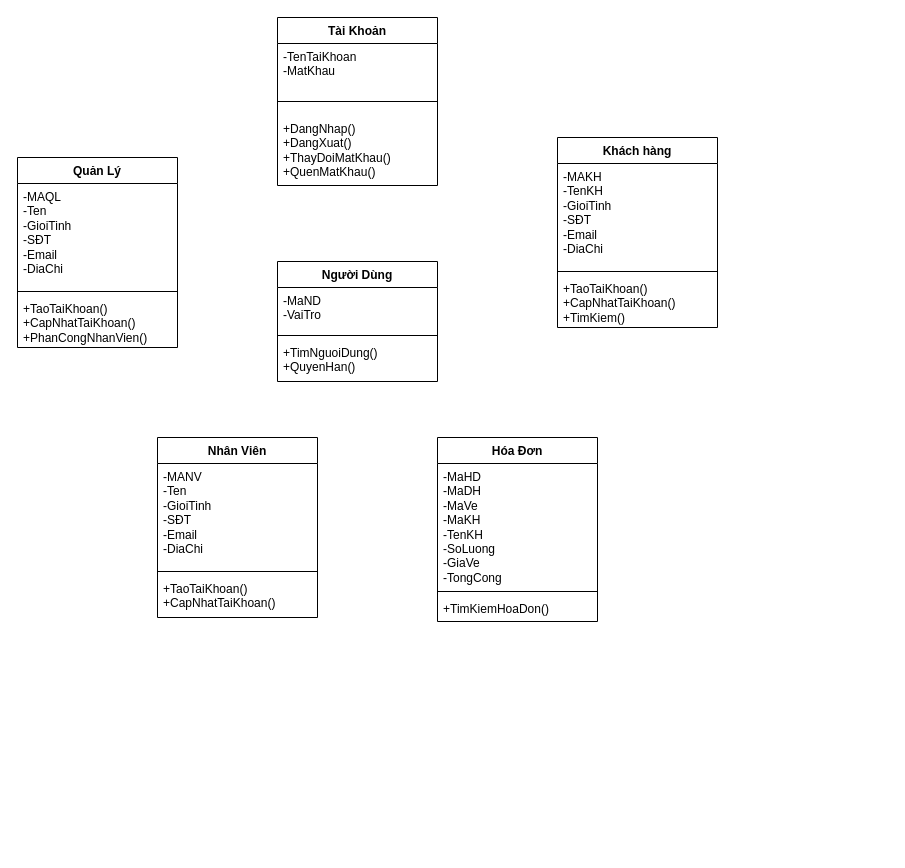
Above: Class Diagram Demo.drawio in MinhToanGitHub/MinhToanGitHub (draw.io), before the change. Source tidied: cells renumbered, new cells numbered last; positions are measured from the earlier drawing's top-left corner, leaving out a move shared by most shapes. Both pictures are drawn from the tidied source at 100%, with x=0, y=0 at pixel (17, 17).
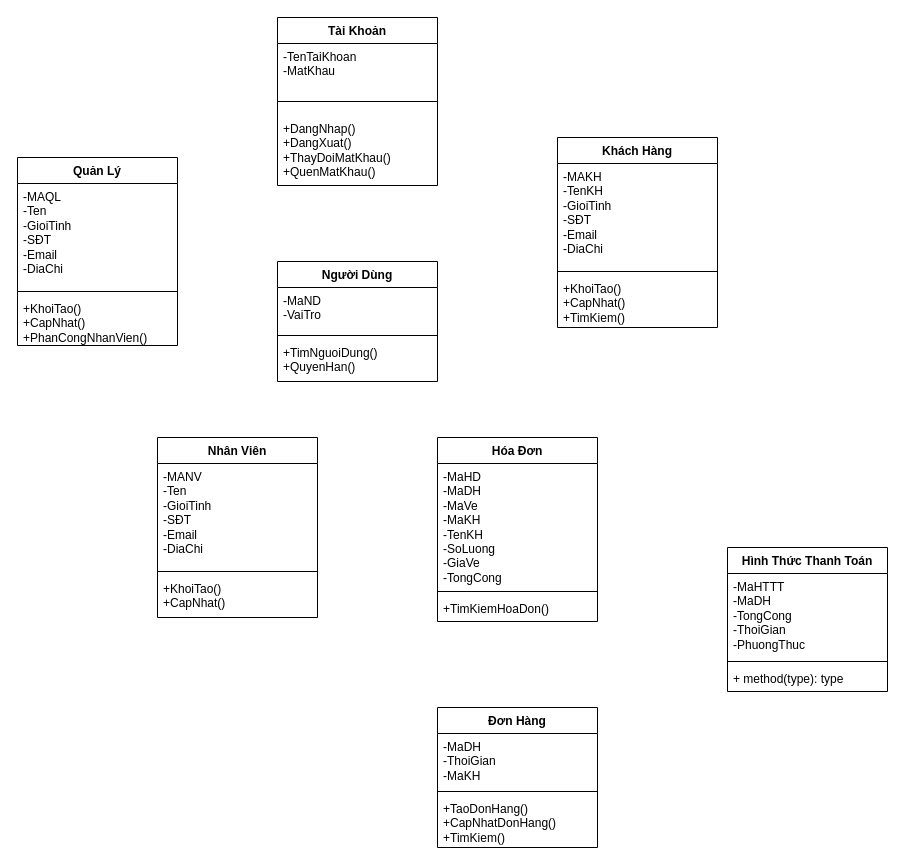
After the change.

Unchanged cells that the change refers to:
```xml
<mxCell id="18" value="Nhân Viên" style="swimlane;fontStyle=1;align=center;verticalAlign=top;horizontal=1;startSize=26;whiteSpace=wrap;html=1;" parent="1" vertex="1">
  <mxGeometry x="140" y="420" width="160" height="180" as="geometry" />
</mxCell>
```

What changed in the source:
```diff
@@
     <mxCell id="2" value="Quản Lý" style="swimlane;fontStyle=1;align=center;verticalAlign=top;horizontal=1;startSize=26;whiteSpace=wrap;html=1;" parent="1" vertex="1">
-      <mxGeometry y="140" width="160" height="190" as="geometry" />
+      <mxGeometry y="140" width="160" height="188" as="geometry" />
     </mxCell>
@@
-    <mxCell id="5" value="+TaoTaiKhoan()&lt;br&gt;+CapNhatTaiKhoan()&lt;br&gt;+PhanCongNhanVien()" style="text;strokeColor=none;fillColor=none;align=left;verticalAlign=top;spacingLeft=4;spacingRight=4;overflow=hidden;whiteSpace=wrap;html=1;" parent="2" vertex="1">
-      <mxGeometry y="138" width="160" height="52" as="geometry" />
+    <mxCell id="5" value="+KhoiTao()&lt;br&gt;+CapNhat()&lt;br&gt;+PhanCongNhanVien()" style="text;strokeColor=none;fillColor=none;align=left;verticalAlign=top;spacingLeft=4;spacingRight=4;overflow=hidden;whiteSpace=wrap;html=1;" parent="2" vertex="1">
+      <mxGeometry y="138" width="160" height="50" as="geometry" />
     </mxCell>
@@
-    <mxCell id="14" value="Khách hàng" style="swimlane;fontStyle=1;align=center;verticalAlign=top;horizontal=1;startSize=26;whiteSpace=wrap;html=1;" parent="1" vertex="1">
+    <mxCell id="14" value="Khách Hàng" style="swimlane;fontStyle=1;align=center;verticalAlign=top;horizontal=1;startSize=26;whiteSpace=wrap;html=1;" parent="1" vertex="1">
       <mxGeometry x="540" y="120" width="160" height="190" as="geometry" />
     </mxCell>
@@
-    <mxCell id="17" value="+TaoTaiKhoan()&lt;br&gt;+CapNhatTaiKhoan()&lt;br&gt;+TimKiem()" style="text;strokeColor=none;fillColor=none;align=left;verticalAlign=top;spacingLeft=4;spacingRight=4;overflow=hidden;whiteSpace=wrap;html=1;" parent="14" vertex="1">
+    <mxCell id="17" value="+KhoiTao()&lt;br&gt;+CapNhat()&lt;br&gt;+TimKiem()" style="text;strokeColor=none;fillColor=none;align=left;verticalAlign=top;spacingLeft=4;spacingRight=4;overflow=hidden;whiteSpace=wrap;html=1;" parent="14" vertex="1">
       <mxGeometry y="138" width="160" height="52" as="geometry" />
     </mxCell>
@@
-    <mxCell id="21" value="+TaoTaiKhoan()&lt;br&gt;+CapNhatTaiKhoan()" style="text;strokeColor=none;fillColor=none;align=left;verticalAlign=top;spacingLeft=4;spacingRight=4;overflow=hidden;whiteSpace=wrap;html=1;" parent="18" vertex="1">
+    <mxCell id="21" value="+KhoiTao()&lt;br&gt;+CapNhat()" style="text;strokeColor=none;fillColor=none;align=left;verticalAlign=top;spacingLeft=4;spacingRight=4;overflow=hidden;whiteSpace=wrap;html=1;" parent="18" vertex="1">
       <mxGeometry y="138" width="160" height="42" as="geometry" />
     </mxCell>
@@
+    <mxCell id="26" value="Đơn Hàng" style="swimlane;fontStyle=1;align=center;verticalAlign=top;horizontal=1;startSize=26;whiteSpace=wrap;html=1;" parent="1" vertex="1">
+      <mxGeometry x="420" y="690" width="160" height="140" as="geometry" />
+    </mxCell>
+    <mxCell id="27" value="-MaDH&lt;br&gt;-ThoiGian&lt;br&gt;-MaKH" style="text;strokeColor=none;fillColor=none;align=left;verticalAlign=top;spacingLeft=4;spacingRight=4;overflow=hidden;whiteSpace=wrap;html=1;" parent="26" vertex="1">
+      <mxGeometry y="26" width="160" height="54" as="geometry" />
+    </mxCell>
+    <mxCell id="28" style="line;strokeWidth=1;fillColor=none;align=left;verticalAlign=middle;spacingTop=-1;spacingLeft=3;spacingRight=3;labelPosition=right;strokeColor=inherit;" parent="26" vertex="1">
+      <mxGeometry y="80" width="160" height="8" as="geometry" />
+    </mxCell>
+    <mxCell id="29" value="+TaoDonHang()&lt;br&gt;+CapNhatDonHang()&lt;br&gt;+TimKiem()" style="text;strokeColor=none;fillColor=none;align=left;verticalAlign=top;spacingLeft=4;spacingRight=4;overflow=hidden;whiteSpace=wrap;html=1;" parent="26" vertex="1">
+      <mxGeometry y="88" width="160" height="52" as="geometry" />
+    </mxCell>
+    <mxCell id="30" value="Hình Thức Thanh Toán" style="swimlane;fontStyle=1;align=center;verticalAlign=top;horizontal=1;startSize=26;whiteSpace=wrap;html=1;" parent="1" vertex="1">
+      <mxGeometry x="710" y="530" width="160" height="144" as="geometry" />
+    </mxCell>
+    <mxCell id="31" value="-MaHTTT&lt;br&gt;-MaDH&lt;br&gt;-TongCong&lt;br&gt;-ThoiGian&lt;br&gt;-PhuongThuc" style="text;strokeColor=none;fillColor=none;align=left;verticalAlign=top;spacingLeft=4;spacingRight=4;overflow=hidden;whiteSpace=wrap;html=1;" parent="30" vertex="1">
+      <mxGeometry y="26" width="160" height="84" as="geometry" />
+    </mxCell>
+    <mxCell id="32" style="line;strokeWidth=1;fillColor=none;align=left;verticalAlign=middle;spacingTop=-1;spacingLeft=3;spacingRight=3;labelPosition=right;strokeColor=inherit;" parent="30" vertex="1">
+      <mxGeometry y="110" width="160" height="8" as="geometry" />
+    </mxCell>
+    <mxCell id="33" value="+ method(type): type" style="text;strokeColor=none;fillColor=none;align=left;verticalAlign=top;spacingLeft=4;spacingRight=4;overflow=hidden;whiteSpace=wrap;html=1;" parent="30" vertex="1">
+      <mxGeometry y="118" width="160" height="26" as="geometry" />
+    </mxCell>
```
